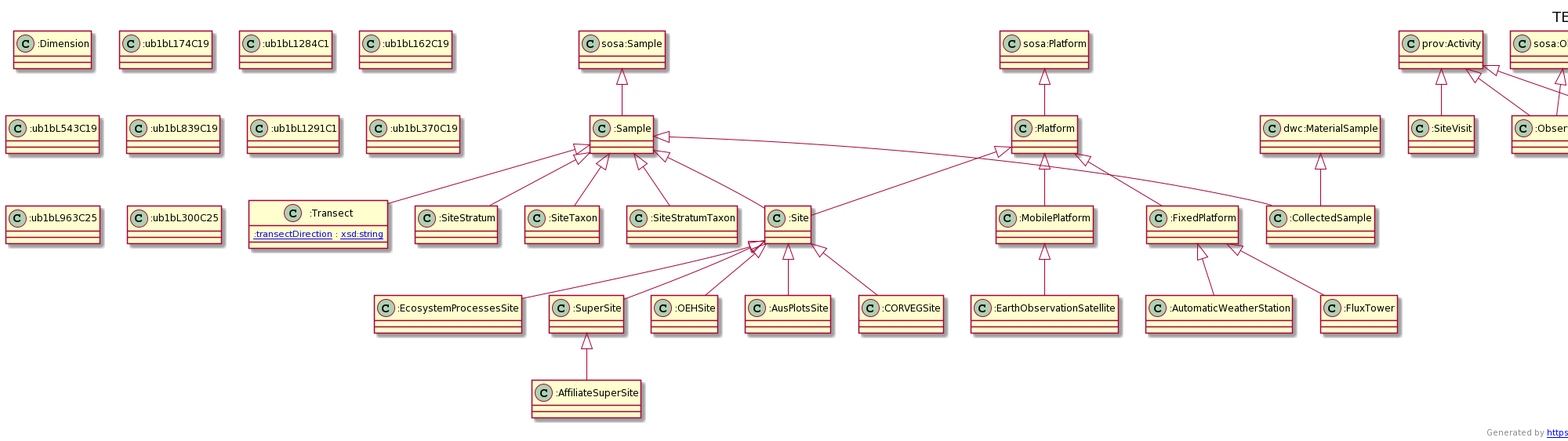
Before: docs/tern.ttl.txt.png, a diagram exported from PlantUML (ternaustralia/ontology_tern).
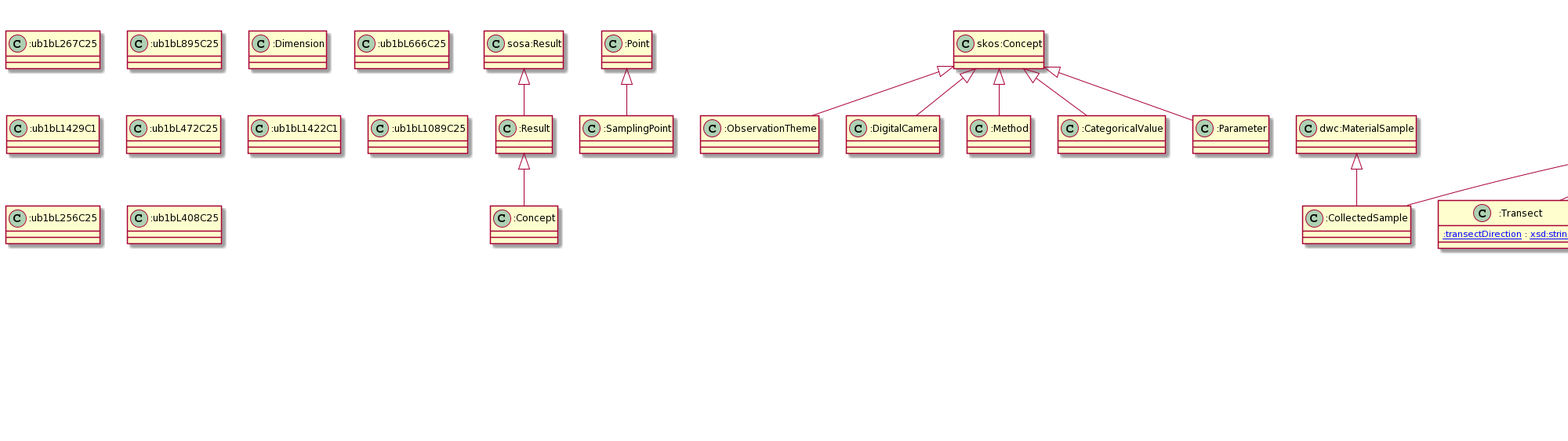
The same file after the commit.

What changed in the source:
```diff
@@ -1,133 +1,148 @@
 @startuml
 title TERN Ontology
-"sosa:Sample" <|-- ":Sample"
+"sosa:Result" <|-- ":Result"
+":Point" <|-- ":SamplingPoint"
+"skos:Concept" <|-- ":ObservationTheme"
+"skos:Concept" <|-- ":DigitalCamera"
+":Site" <|-- ":AusPlotsSite"
+"sosa:ObservableProperty" <|-- ":ObservableProperty"
+"prov:Activity" <|-- ":Sampling"
+"sosa:Sampling" <|-- ":Sampling"
+"ssn:Input" <|-- ":Input"
+"sosa:Procedure" <|-- ":Procedure"
 ":Sample" <|-- ":Transect"
-"prov:Activity" <|-- ":SiteVisit"
+":Site" <|-- ":CORVEGSite"
+":Sample" <|-- ":SiteStratum"
+"sosa:Sampler" <|-- ":Sampler"
+"skos:Concept" <|-- ":Method"
+":Platform" <|-- ":MobilePlatform"
+":Result" <|-- ":Concept"
+"sosa:Platform" <|-- ":Platform"
+":Sampling" <|-- ":SoilSampling"
+":DerivedObservation" <|-- ":TERNDerivedObservation"
+":SuperSite" <|-- ":AffiliateSuperSite"
+":Site" <|-- ":OEHSite"
+":Site" <|-- ":EcosystemProcessesSite"
+":FixedPlatform" <|-- ":FluxTower"
+":Sample" <|-- ":CollectedSample"
+"dwc:MaterialSample" <|-- ":CollectedSample"
+"schema:PropertyValue" <|-- ":PropertyValue"
+"skos:Concept" <|-- ":CategoricalValue"
+"sosa:FeatureOfInterest" <|-- ":EnvironmentalCharacteristic"
+":Observation" <|-- ":DerivedObservation"
+":MobilePlatform" <|-- ":EarthObservationSatellite"
+":Sample" <|-- ":SiteStratumTaxon"
+":Site" <|-- ":SuperSite"
+":Platform" <|-- ":FixedPlatform"
+":FixedPlatform" <|-- ":AutomaticWeatherStation"
 ":Platform" <|-- ":Site"
 ":Sample" <|-- ":Site"
+"sosa:Observation" <|-- ":Observation"
+"prov:Activity" <|-- ":Observation"
 "skos:Concept" <|-- ":Parameter"
-":Site" <|-- ":SuperSite"
-":MobilePlatform" <|-- ":EarthObservationSatellite"
-":Sample" <|-- ":SiteStratum"
+"prov:Activity" <|-- ":SiteVisit"
+"sosa:Sample" <|-- ":Sample"
 ":Sample" <|-- ":SiteTaxon"
-"ssn:Input" <|-- ":Input"
-":Site" <|-- ":OEHSite"
-"sosa:Result" <|-- ":Result"
-"skos:Concept" <|-- ":CategoricalValue"
-":FixedPlatform" <|-- ":FluxTower"
-":Platform" <|-- ":FixedPlatform"
-"sosa:Sampler" <|-- ":Sampler"
-"sosa:Procedure" <|-- ":Procedure"
-":Site" <|-- ":AusPlotsSite"
-":Point" <|-- ":SamplingPoint"
-"prov:Activity" <|-- ":Observation"
-"sosa:Observation" <|-- ":Observation"
-":Sample" <|-- ":SiteStratumTaxon"
-"sosa:Platform" <|-- ":Platform"
-"skos:Concept" <|-- ":Method"
-":Site" <|-- ":CORVEGSite"
-":Platform" <|-- ":MobilePlatform"
-"skos:Concept" <|-- ":ObservationTheme"
-":FixedPlatform" <|-- ":AutomaticWeatherStation"
-"dwc:MaterialSample" <|-- ":CollectedSample"
-":Sample" <|-- ":CollectedSample"
-"schema:PropertyValue" <|-- ":PropertyValue"
-":Site" <|-- ":EcosystemProcessesSite"
-"sosa:Sampling" <|-- ":Sampling"
-"prov:Activity" <|-- ":Sampling"
-":SuperSite" <|-- ":AffiliateSuperSite"
-"sosa:FeatureOfInterest" <|-- ":EnvironmentalCharacteristic"
-"sosa:ObservableProperty" <|-- ":ObservableProperty"
-Class ":Sample" [[https://w3id.org/tern/ontologies/tern/Sample]] {
+Class "dwc:MaterialSample" [[http://rs.tdwg.org/dwc/terms/MaterialSample]] {
+}
+Class ":Result" [[https://w3id.org/tern/ontologies/tern/Result]] {
+}
+Class ":SamplingPoint" [[https://w3id.org/tern/ontologies/tern/SamplingPoint]] {
+}
+Class ":ObservationTheme" [[https://w3id.org/tern/ontologies/tern/ObservationTheme]] {
+}
+Class ":DigitalCamera" [[https://w3id.org/tern/ontologies/tern/DigitalCamera]] {
+}
+Class ":ub1bL267C25" [[ub1bL267C25]] {
+}
+Class ":AusPlotsSite" [[https://w3id.org/tern/ontologies/tern/AusPlotsSite]] {
+}
+Class ":ObservableProperty" [[https://w3id.org/tern/ontologies/tern/ObservableProperty]] {
+}
+Class ":Sampling" [[https://w3id.org/tern/ontologies/tern/Sampling]] {
+}
+Class ":Input" [[https://w3id.org/tern/ontologies/tern/Input]] {
+}
+Class ":Procedure" [[https://w3id.org/tern/ontologies/tern/Procedure]] {
 }
 Class ":Transect" [[https://w3id.org/tern/ontologies/tern/Transect]] {
 [[https://w3id.org/tern/ontologies/tern/transectDirection :transectDirection]] : [[http://www.w3.org/2001/XMLSchema#string xsd:string]]
 }
-Class ":SiteVisit" [[https://w3id.org/tern/ontologies/tern/SiteVisit]] {
+Class ":CORVEGSite" [[https://w3id.org/tern/ontologies/tern/CORVEGSite]] {
 }
-Class ":Site" [[https://w3id.org/tern/ontologies/tern/Site]] {
+Class ":SiteStratum" [[https://w3id.org/tern/ontologies/tern/SiteStratum]] {
 }
-Class ":Parameter" [[https://w3id.org/tern/ontologies/tern/Parameter]] {
+Class ":Sampler" [[https://w3id.org/tern/ontologies/tern/Sampler]] {
 }
-Class ":SuperSite" [[https://w3id.org/tern/ontologies/tern/SuperSite]] {
+Class ":ub1bL895C25" [[ub1bL895C25]] {
+}
+Class ":Method" [[https://w3id.org/tern/ontologies/tern/Method]] {
+}
+Class ":MobilePlatform" [[https://w3id.org/tern/ontologies/tern/MobilePlatform]] {
+}
+Class ":Concept" [[http://linked.data.gov.au/def/datatype/Concept]] {
+}
+Class ":Platform" [[https://w3id.org/tern/ontologies/tern/Platform]] {
+}
+Class ":SoilSampling" [[https://w3id.org/tern/ontologies/tern/SoilSampling]] {
 }
 Class ":Dimension" [[https://w3id.org/tern/ontologies/tern/Dimension]] {
 }
-Class ":EarthObservationSatellite" [[https://w3id.org/tern/ontologies/tern/EarthObservationSatellite]] {
+Class ":TERNDerivedObservation" [[https://w3id.org/tern/ontologies/tern/TERNDerivedObservation]] {
 }
-Class ":ub1bL174C19" [[ub1bL174C19]] {
+Class ":ub1bL666C25" [[ub1bL666C25]] {
 }
-Class ":SiteStratum" [[https://w3id.org/tern/ontologies/tern/SiteStratum]] {
-}
-Class ":SiteTaxon" [[https://w3id.org/tern/ontologies/tern/SiteTaxon]] {
-}
-Class ":Input" [[https://w3id.org/tern/ontologies/tern/Input]] {
-}
-Class ":ub1bL1284C1" [[ub1bL1284C1]] {
+Class ":AffiliateSuperSite" [[https://w3id.org/tern/ontologies/tern/AffiliateSuperSite]] {
 }
 Class ":OEHSite" [[https://w3id.org/tern/ontologies/tern/OEHSite]] {
 }
-Class ":Result" [[https://w3id.org/tern/ontologies/tern/Result]] {
+Class ":ub1bL1429C1" [[ub1bL1429C1]] {
 }
-Class ":ub1bL162C19" [[ub1bL162C19]] {
+Class ":ub1bL472C25" [[ub1bL472C25]] {
 }
-Class ":CategoricalValue" [[https://w3id.org/tern/ontologies/tern/CategoricalValue]] {
+Class ":EcosystemProcessesSite" [[https://w3id.org/tern/ontologies/tern/EcosystemProcessesSite]] {
 }
 Class ":FluxTower" [[https://w3id.org/tern/ontologies/tern/FluxTower]] {
-}
-Class ":FixedPlatform" [[https://w3id.org/tern/ontologies/tern/FixedPlatform]] {
-}
-Class ":Sampler" [[https://w3id.org/tern/ontologies/tern/Sampler]] {
-}
-Class ":Procedure" [[https://w3id.org/tern/ontologies/tern/Procedure]] {
-}
-Class ":ub1bL543C19" [[ub1bL543C19]] {
-}
-Class ":AusPlotsSite" [[https://w3id.org/tern/ontologies/tern/AusPlotsSite]] {
-}
-Class ":SamplingPoint" [[https://w3id.org/tern/ontologies/tern/SamplingPoint]] {
-}
-Class ":Observation" [[https://w3id.org/tern/ontologies/tern/Observation]] {
-}
-Class ":SiteStratumTaxon" [[https://w3id.org/tern/ontologies/tern/SiteStratumTaxon]] {
-}
-Class ":Platform" [[https://w3id.org/tern/ontologies/tern/Platform]] {
-}
-Class ":ub1bL839C19" [[ub1bL839C19]] {
-}
-Class ":ub1bL1291C1" [[ub1bL1291C1]] {
-}
-Class ":Method" [[https://w3id.org/tern/ontologies/tern/Method]] {
-}
-Class ":CORVEGSite" [[https://w3id.org/tern/ontologies/tern/CORVEGSite]] {
-}
-Class ":MobilePlatform" [[https://w3id.org/tern/ontologies/tern/MobilePlatform]] {
-}
-Class ":ub1bL370C19" [[ub1bL370C19]] {
-}
-Class ":ObservationTheme" [[https://w3id.org/tern/ontologies/tern/ObservationTheme]] {
-}
-Class ":AutomaticWeatherStation" [[https://w3id.org/tern/ontologies/tern/AutomaticWeatherStation]] {
 }
 Class ":CollectedSample" [[https://w3id.org/tern/ontologies/tern/CollectedSample]] {
 }
 Class ":PropertyValue" [[https://w3id.org/tern/ontologies/tern/PropertyValue]] {
 }
-Class ":ub1bL963C25" [[ub1bL963C25]] {
+Class ":CategoricalValue" [[https://w3id.org/tern/ontologies/tern/CategoricalValue]] {
 }
-Class ":EcosystemProcessesSite" [[https://w3id.org/tern/ontologies/tern/EcosystemProcessesSite]] {
+Class ":ub1bL1422C1" [[ub1bL1422C1]] {
 }
-Class ":Sampling" [[https://w3id.org/tern/ontologies/tern/Sampling]] {
-}
-Class ":ub1bL300C25" [[ub1bL300C25]] {
-}
-Class ":AffiliateSuperSite" [[https://w3id.org/tern/ontologies/tern/AffiliateSuperSite]] {
+Class ":ub1bL1089C25" [[ub1bL1089C25]] {
 }
 Class ":EnvironmentalCharacteristic" [[https://w3id.org/tern/ontologies/tern/EnvironmentalCharacteristic]] {
 }
-Class ":ObservableProperty" [[https://w3id.org/tern/ontologies/tern/ObservableProperty]] {
+Class ":DerivedObservation" [[https://w3id.org/tern/ontologies/tern/DerivedObservation]] {
 }
-Class "dwc:MaterialSample" [[http://rs.tdwg.org/dwc/terms/MaterialSample]] {
+Class ":EarthObservationSatellite" [[https://w3id.org/tern/ontologies/tern/EarthObservationSatellite]] {
+}
+Class ":SiteStratumTaxon" [[https://w3id.org/tern/ontologies/tern/SiteStratumTaxon]] {
+}
+Class ":SuperSite" [[https://w3id.org/tern/ontologies/tern/SuperSite]] {
+}
+Class ":FixedPlatform" [[https://w3id.org/tern/ontologies/tern/FixedPlatform]] {
+}
+Class ":AutomaticWeatherStation" [[https://w3id.org/tern/ontologies/tern/AutomaticWeatherStation]] {
+}
+Class ":ub1bL256C25" [[ub1bL256C25]] {
+}
+Class ":ub1bL408C25" [[ub1bL408C25]] {
+}
+Class ":Site" [[https://w3id.org/tern/ontologies/tern/Site]] {
+}
+Class ":Observation" [[https://w3id.org/tern/ontologies/tern/Observation]] {
+}
+Class ":Parameter" [[https://w3id.org/tern/ontologies/tern/Parameter]] {
+}
+Class ":SiteVisit" [[https://w3id.org/tern/ontologies/tern/SiteVisit]] {
+}
+Class ":Sample" [[https://w3id.org/tern/ontologies/tern/Sample]] {
+}
+Class ":SiteTaxon" [[https://w3id.org/tern/ontologies/tern/SiteTaxon]] {
 }
 header
 Creator: Edmond Chuc (e.chuc@uq.edu.au)
```
